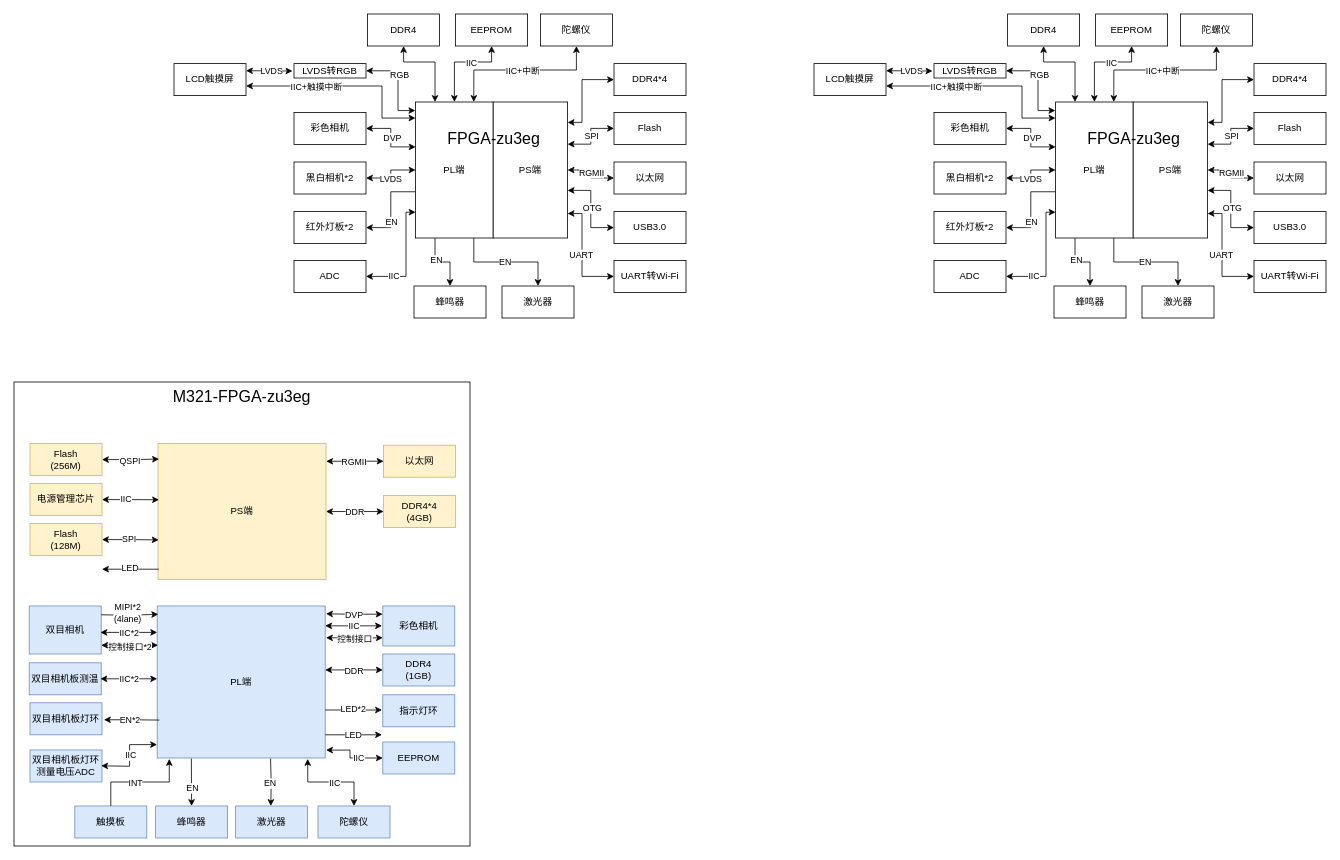
hjh0920/flow_chart keeps this draw.io diagram as page "ame-光学定位仪" (7 of 7) of 框图.drawio. Above is the earlier version. Source tidied: cells renumbered, new cells numbered last; positions are measured from the earlier drawing's top-left corner, leaving out a move shared by most shapes. Both pictures are drawn from the tidied source at 80%, with x=0, y=0 at pixel (14, 14).
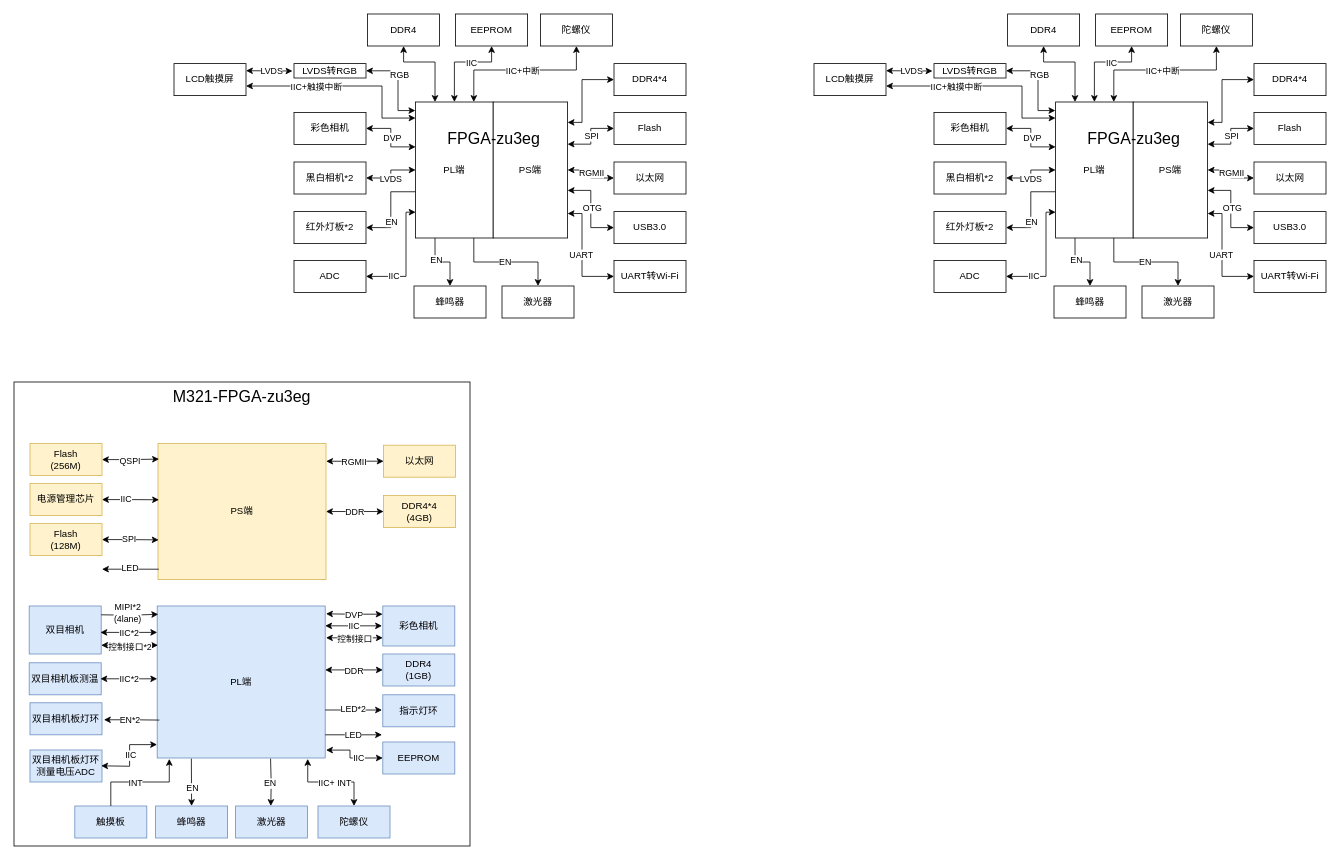
Above is the later version.

Unchanged cells that the change refers to:
```xml
<mxCell id="170" style="rounded=0;jettySize=auto;html=1;entryX=0.896;entryY=1.006;entryDx=0;entryDy=0;entryPerimeter=0;startArrow=classic;startFill=1;exitX=0.5;exitY=0;exitDx=0;exitDy=0;edgeStyle=orthogonalEdgeStyle;" parent="1" edge="1" source="167" target="125">
  <mxGeometry relative="1" as="geometry">
    <Array as="points">
      <mxPoint x="425" y="960" />
      <mxPoint x="367" y="960" />
    </Array>
  </mxGeometry>
</mxCell>
```

What changed in the source:
```diff
@@
-    <mxCell id="171" value="IIC" style="edgeLabel;html=1;align=center;verticalAlign=middle;" parent="170" vertex="1">
+    <mxCell id="171" value="IIC+ INT" style="edgeLabel;html=1;align=center;verticalAlign=middle;" parent="170" vertex="1">
       <mxGeometry x="-0.18" y="1" relative="1" as="geometry">
         <mxPoint x="-7" y="-1" as="offset" />
       </mxGeometry>
     </mxCell>
```
